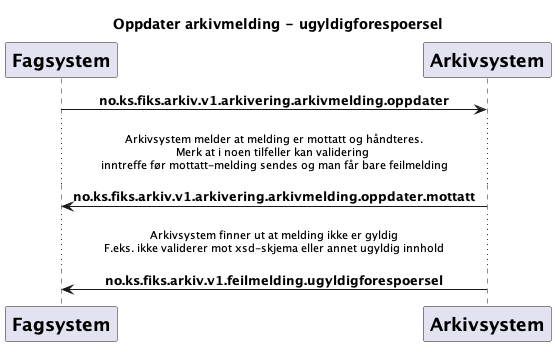
Before: Dokumentasjon/V1/Meldinger/no.ks.fiks.arkiv.v1.arkivering.arkivmelding.oppdater/arkivmelding-oppdater-feilmelding-ugyldigforespoersel.png, a diagram exported from PlantUML (ks-no/fiks-arkiv-specification). The source it was exported from:
```plantuml
@startuml
skinparam sequenceMessageAlign center

title "Oppdater arkivmelding - ugyldigforespoersel"

participant Fagsystem [
    = Fagsystem
]
participant Arkivsystem [
    = Arkivsystem
]

Fagsystem -> Arkivsystem : **no.ks.fiks.arkiv.v1.arkivering.arkivmelding.oppdater**
...Arkivsystem melder at melding er mottatt og håndteres.\nMerk at i noen tilfeller kan validering \ninntreffe før mottatt-melding sendes og man får bare feilmelding...
Arkivsystem -> Fagsystem : **no.ks.fiks.arkiv.v1.arkivering.arkivmelding.oppdater.mottatt**
...Arkivsystem finner ut at melding ikke er gyldig\nF.eks. ikke validerer mot xsd-skjema eller annet ugyldig innhold...
Arkivsystem -> Fagsystem : **no.ks.fiks.arkiv.v1.feilmelding.ugyldigforespoersel**

@enduml
```
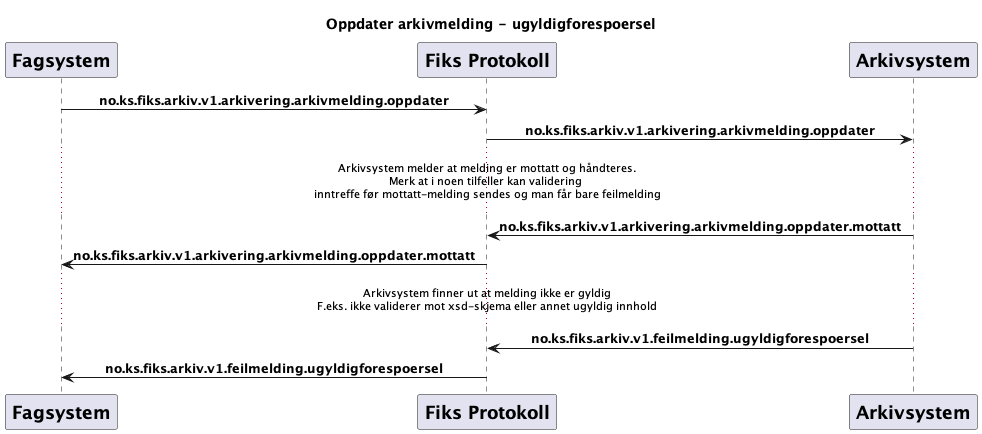
After the change.

Diff of the diagram source:
```diff
@@ -6,14 +6,20 @@
 participant Fagsystem [
     = Fagsystem
 ]
+participant FiksProtokoll [
+    = Fiks Protokoll
+]
 participant Arkivsystem [
     = Arkivsystem
 ]
 
-Fagsystem -> Arkivsystem : **no.ks.fiks.arkiv.v1.arkivering.arkivmelding.oppdater**
+Fagsystem -> FiksProtokoll : **no.ks.fiks.arkiv.v1.arkivering.arkivmelding.oppdater**
+FiksProtokoll -> Arkivsystem : **no.ks.fiks.arkiv.v1.arkivering.arkivmelding.oppdater**
 ...Arkivsystem melder at melding er mottatt og håndteres.\nMerk at i noen tilfeller kan validering \ninntreffe før mottatt-melding sendes og man får bare feilmelding...
-Arkivsystem -> Fagsystem : **no.ks.fiks.arkiv.v1.arkivering.arkivmelding.oppdater.mottatt**
+Arkivsystem -> FiksProtokoll : **no.ks.fiks.arkiv.v1.arkivering.arkivmelding.oppdater.mottatt**
+FiksProtokoll -> Fagsystem : **no.ks.fiks.arkiv.v1.arkivering.arkivmelding.oppdater.mottatt**
 ...Arkivsystem finner ut at melding ikke er gyldig\nF.eks. ikke validerer mot xsd-skjema eller annet ugyldig innhold...
-Arkivsystem -> Fagsystem : **no.ks.fiks.arkiv.v1.feilmelding.ugyldigforespoersel**
+Arkivsystem -> FiksProtokoll : **no.ks.fiks.arkiv.v1.feilmelding.ugyldigforespoersel**
+FiksProtokoll -> Fagsystem : **no.ks.fiks.arkiv.v1.feilmelding.ugyldigforespoersel**
 
 @enduml
```
